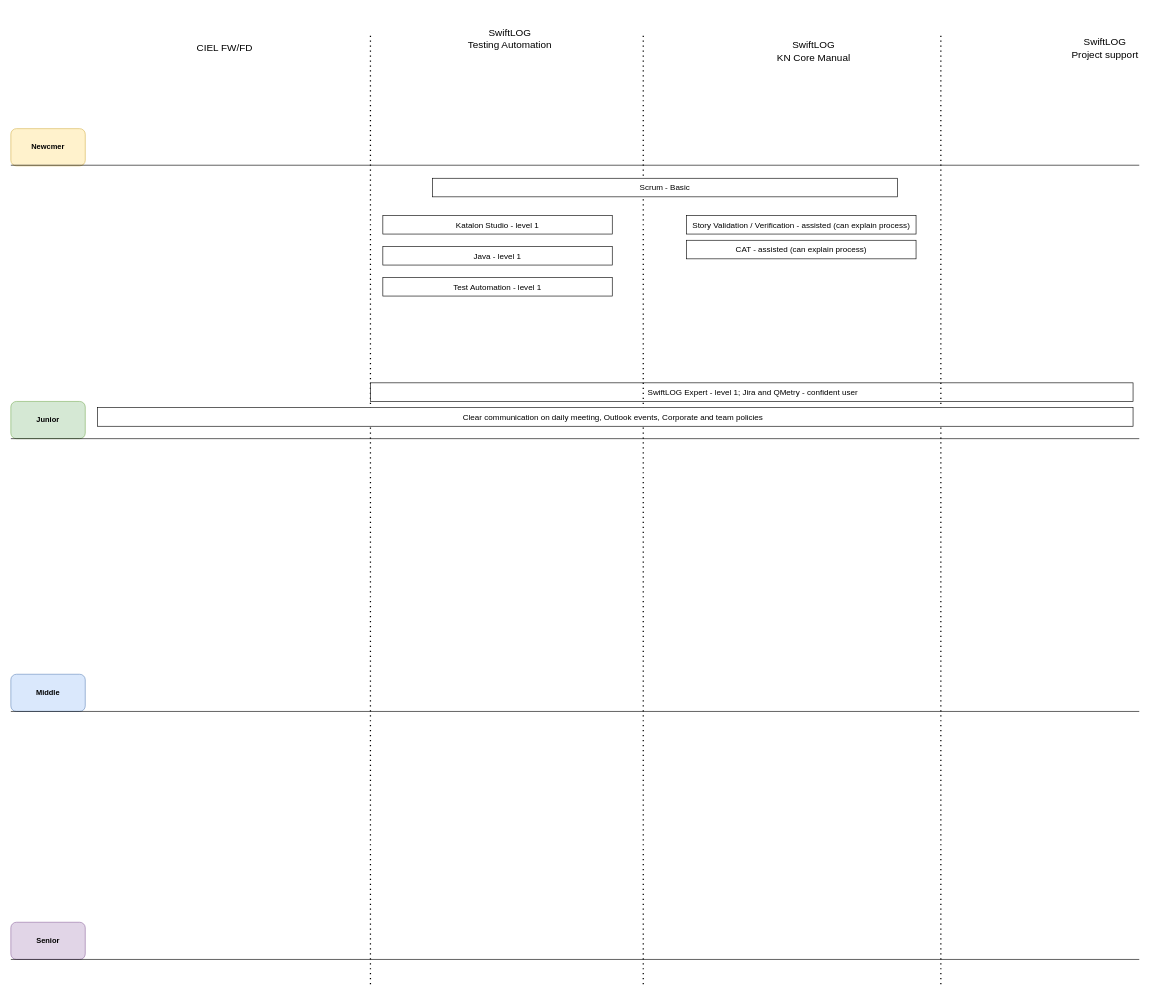
Above: IQ Development.drawio in AndriiRatushnyi/Andrii.Ratushnyi (draw.io), before the change. Source tidied: cells renumbered, new cells numbered last; positions are measured from the earlier drawing's top-left corner, leaving out a move shared by most shapes. Both pictures are drawn from the tidied source at 62%, with x=0, y=0 at pixel (11, 11).
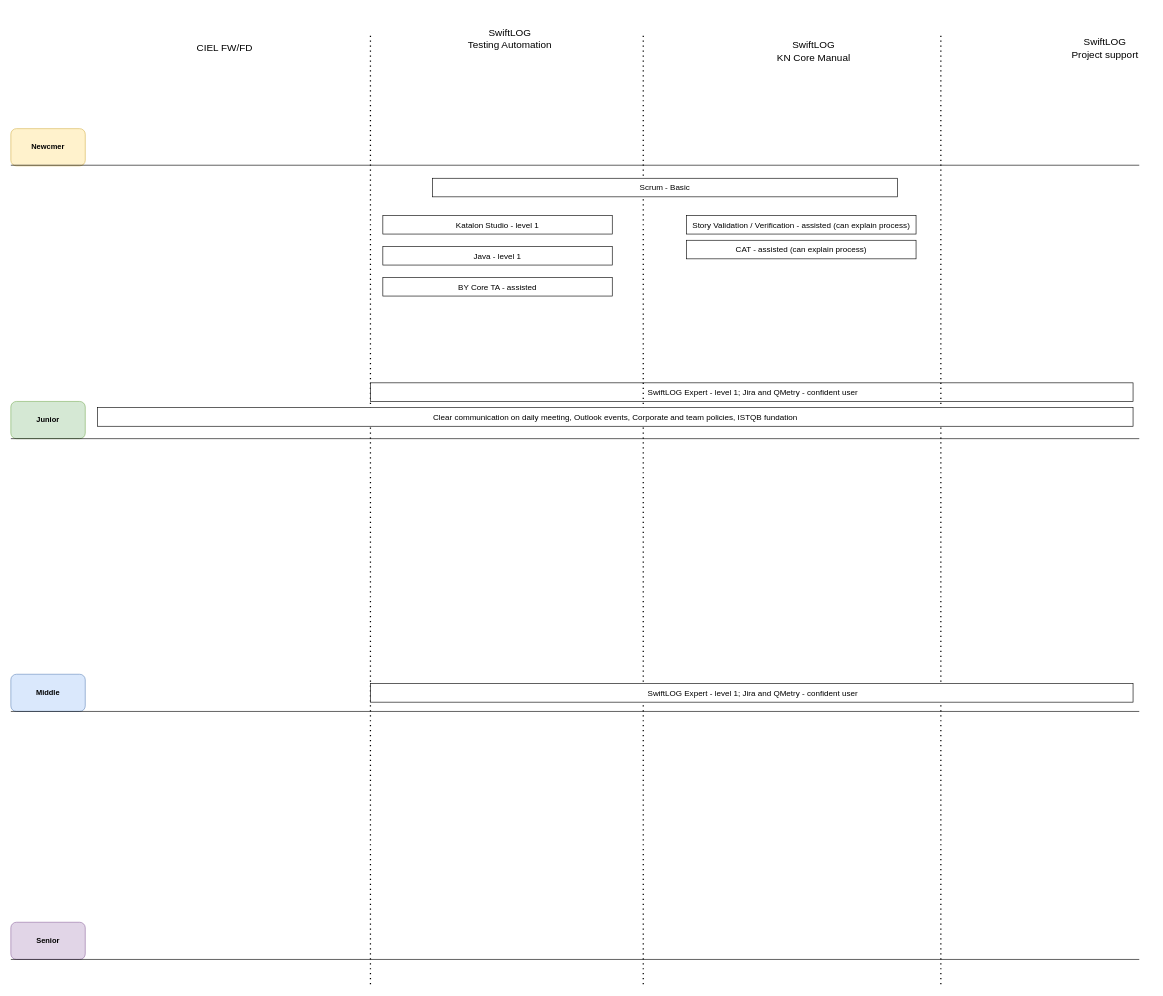
After the change.

Change to the diagram source:
```diff
@@
-    <mxCell id="21" value="Clear communication on daily meeting, Outlook events, Corporate and team policies&amp;nbsp;&amp;nbsp; " style="rounded=0;whiteSpace=wrap;html=1;fontSize=13;" parent="1" vertex="1">
+    <mxCell id="21" value="Clear communication on daily meeting, Outlook events, Corporate and team policies, ISTQB fundation " style="rounded=0;whiteSpace=wrap;html=1;fontSize=13;" parent="1" vertex="1">
       <mxGeometry x="140" y="640" width="1670" height="30" as="geometry" />
     </mxCell>
@@
-    <mxCell id="24" value="Test Automation - level 1" style="rounded=0;whiteSpace=wrap;html=1;fontSize=13;" parent="1" vertex="1">
+    <mxCell id="24" value="BY Core TA - assisted" style="rounded=0;whiteSpace=wrap;html=1;fontSize=13;" parent="1" vertex="1">
       <mxGeometry x="600" y="430" width="370" height="30" as="geometry" />
     </mxCell>
+    <mxCell id="25" value="&amp;nbsp;SwiftLOG Expert - level 1; Jira and QMetry - confident user " style="rounded=0;whiteSpace=wrap;html=1;fontSize=13;" parent="1" vertex="1">
+      <mxGeometry x="580" y="1085" width="1230" height="30" as="geometry" />
+    </mxCell>
```
